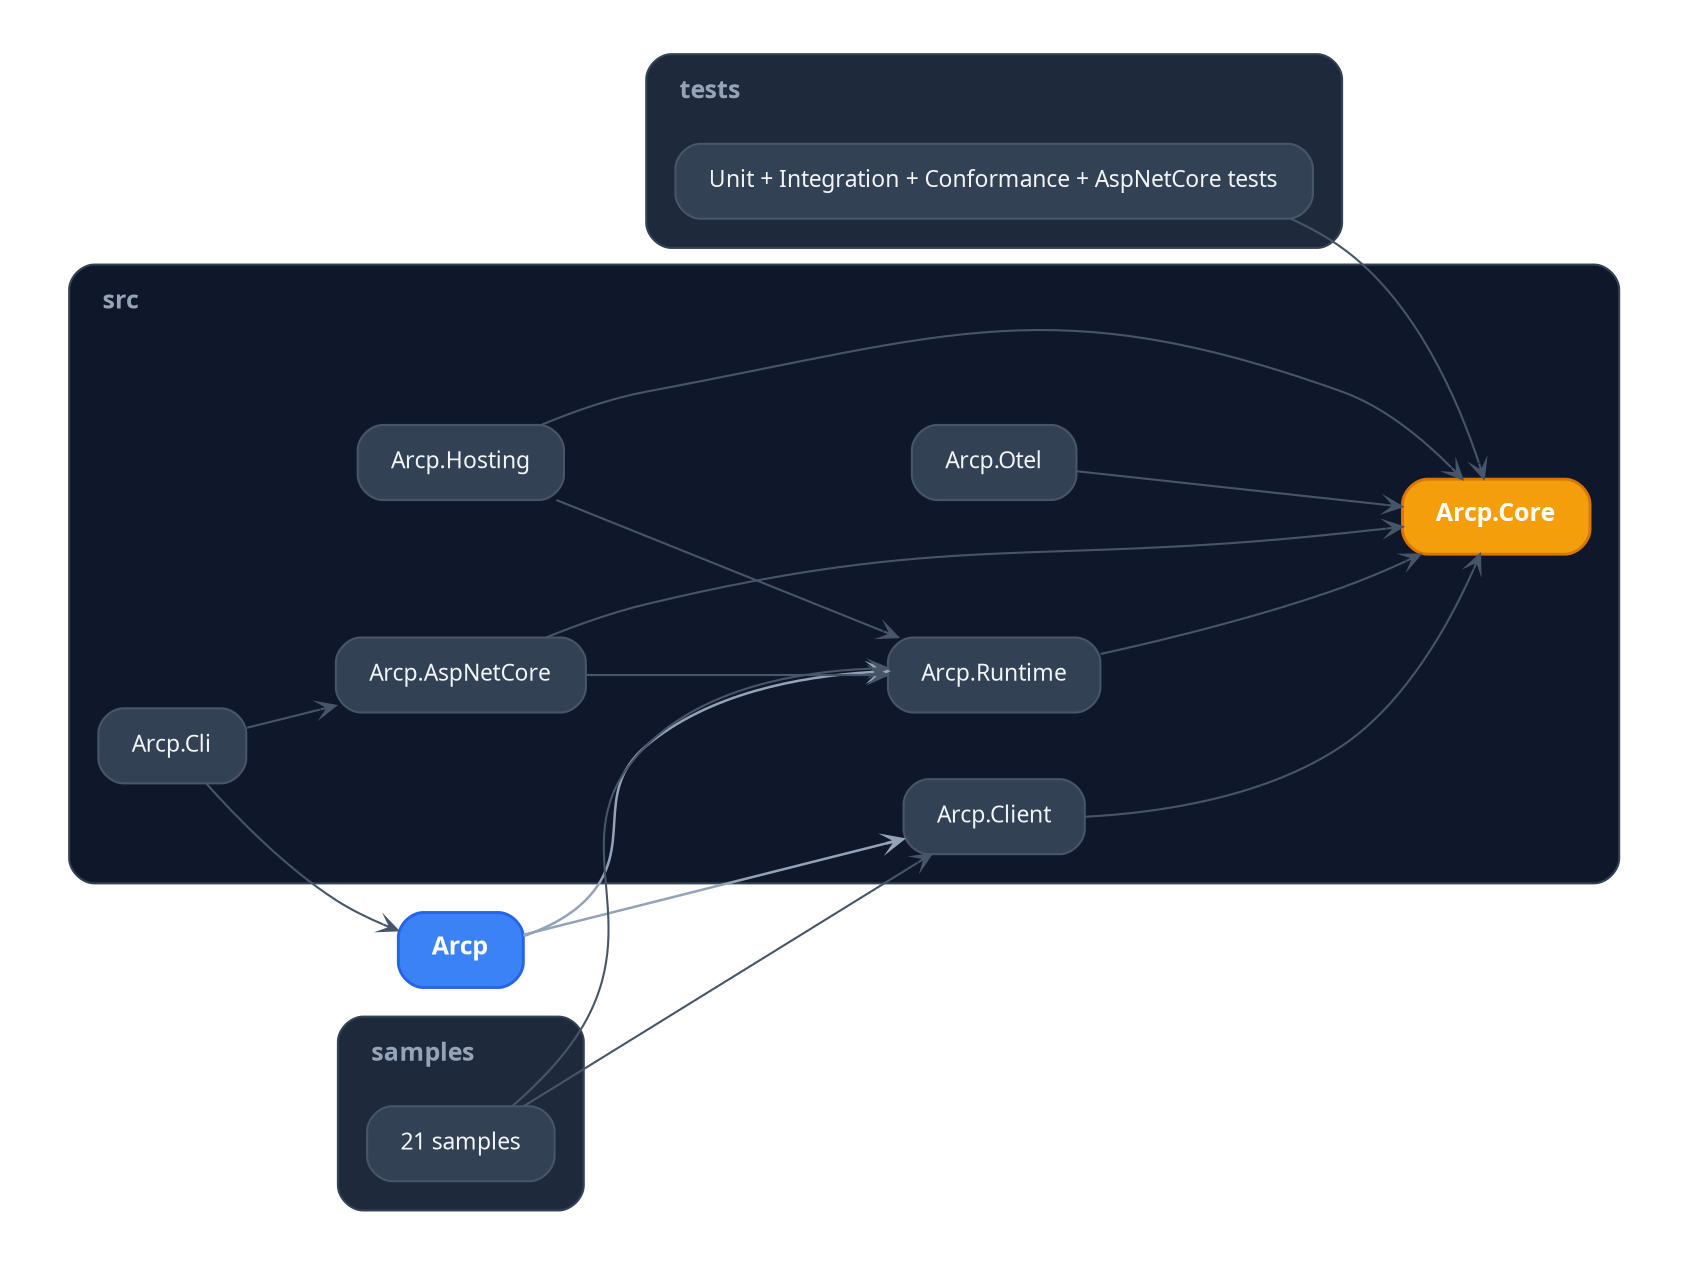
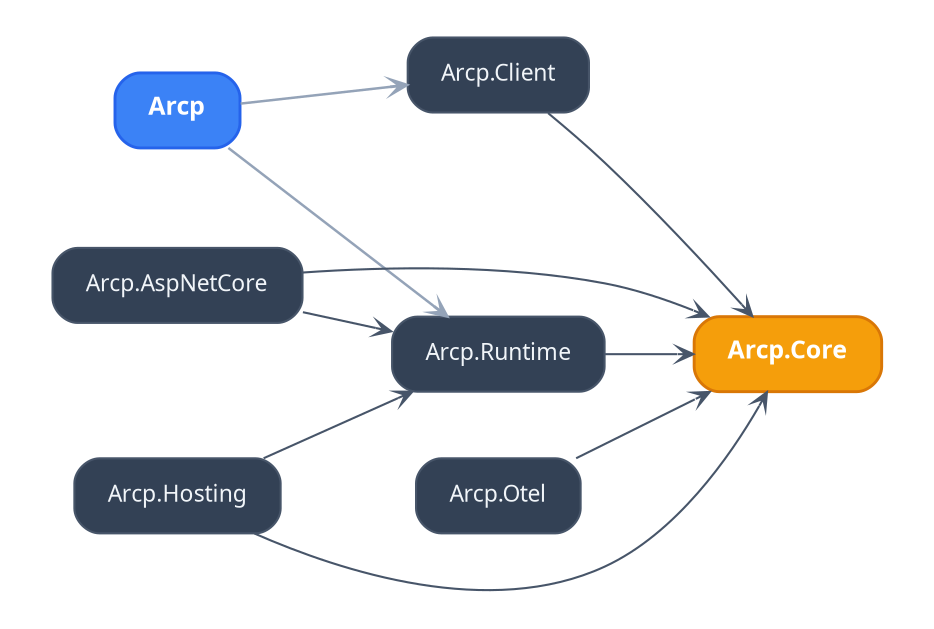
- // ARCP C# SDK — project dependency graph (dark variant)
+ // ARCP C# SDK — package dependency graph (dark variant)
digraph ArcpProjects {
  rankdir=LR;
  bgcolor="transparent";
  compound=true;
  fontname="TT Commons Pro Trial";
  splines=spline;
  nodesep=0.45;
  ranksep=0.6;
  pad="0.35,0.25";

  node [
    shape=box, style="rounded,filled",
    fillcolor="#334155", color="#475569",
    fontname="TT Commons Pro Trial", fontsize=11, fontcolor="#F1F5F9",
    margin="0.22,0.11", penwidth=1.0
  ];
  edge [
    fontname="TT Commons Pro Trial", fontsize=9, fontcolor="#94A3B8",
    color="#64748B", penwidth=1.1, arrowsize=0.75, arrowhead=vee
  ];

  Arcp [
    label=<<FONT POINT-SIZE="12"><B>Arcp</B></FONT>>,
    fillcolor="#3B82F6", color="#2563EB",
    fontcolor="white", penwidth=1.4
  ];

-   subgraph cluster_src {
-     label=<<TABLE BORDER="0" CELLBORDER="0" CELLPADDING="0" CELLSPACING="0"><TR><TD COLSPAN="3" HEIGHT="8"></TD></TR><TR><TD WIDTH="8"></TD><TD><FONT POINT-SIZE="12"><B>src</B></FONT></TD><TD WIDTH="8"></TD></TR></TABLE>>;
-     style="rounded,filled";
-     fillcolor="#0F172A"; color="#334155";
-     fontname="TT Commons Pro Trial"; fontcolor="#94A3B8";
-     margin=14; labeljust=l; penwidth=1.0;
- 
-     Core [
-       label=<<FONT POINT-SIZE="12"><B>Arcp.Core</B></FONT>>,
-       fillcolor="#F59E0B", color="#D97706",
-       fontcolor="white", penwidth=1.4
-     ];
-     Client      [label="Arcp.Client"];
-     Runtime     [label="Arcp.Runtime"];
-     AspNetCore  [label="Arcp.AspNetCore"];
-     Otel        [label="Arcp.Otel"];
-     Hosting     [label="Arcp.Hosting"];
-     Cli         [label="Arcp.Cli"];
-   }
- 
-   subgraph cluster_samples {
-     label=<<TABLE BORDER="0" CELLBORDER="0" CELLPADDING="0" CELLSPACING="0"><TR><TD COLSPAN="3" HEIGHT="8"></TD></TR><TR><TD WIDTH="8"></TD><TD><FONT POINT-SIZE="12"><B>samples</B></FONT></TD><TD WIDTH="8"></TD></TR></TABLE>>;
-     style="rounded,filled";
-     fillcolor="#1E293B"; color="#334155";
-     fontname="TT Commons Pro Trial"; fontcolor="#94A3B8";
-     margin=14; labeljust=l; penwidth=1.0;
- 
-     Samples [label="21 samples", shape=box];
-   }
- 
-   subgraph cluster_tests {
-     label=<<TABLE BORDER="0" CELLBORDER="0" CELLPADDING="0" CELLSPACING="0"><TR><TD COLSPAN="3" HEIGHT="8"></TD></TR><TR><TD WIDTH="8"></TD><TD><FONT POINT-SIZE="12"><B>tests</B></FONT></TD><TD WIDTH="8"></TD></TR></TABLE>>;
-     style="rounded,filled";
-     fillcolor="#1E293B"; color="#334155";
-     fontname="TT Commons Pro Trial"; fontcolor="#94A3B8";
-     margin=14; labeljust=l; penwidth=1.0;
- 
-     Tests [label="Unit + Integration + Conformance + AspNetCore tests"];
-   }
+   Core [
+     label=<<FONT POINT-SIZE="12"><B>Arcp.Core</B></FONT>>,
+     fillcolor="#F59E0B", color="#D97706",
+     fontcolor="white", penwidth=1.4
+   ];
+   Client      [label="Arcp.Client"];
+   Runtime     [label="Arcp.Runtime"];
+   AspNetCore  [label="Arcp.AspNetCore"];
+   Otel        [label="Arcp.Otel"];
+   Hosting     [label="Arcp.Hosting"];

  edge [color="#94A3B8", penwidth=1.2];
  Arcp -> Client;
  Arcp -> Runtime;

  edge [color="#475569", penwidth=1.0];
  Client     -> Core;
  Runtime    -> Core;
  AspNetCore -> Runtime;
  AspNetCore -> Core;
  Otel       -> Core;
  Hosting    -> Runtime;
  Hosting    -> Core;
-   Cli        -> Arcp;
-   Cli        -> AspNetCore;
- 
-   Samples -> Client;
-   Samples -> Runtime;
-   Tests   -> Core;
}
